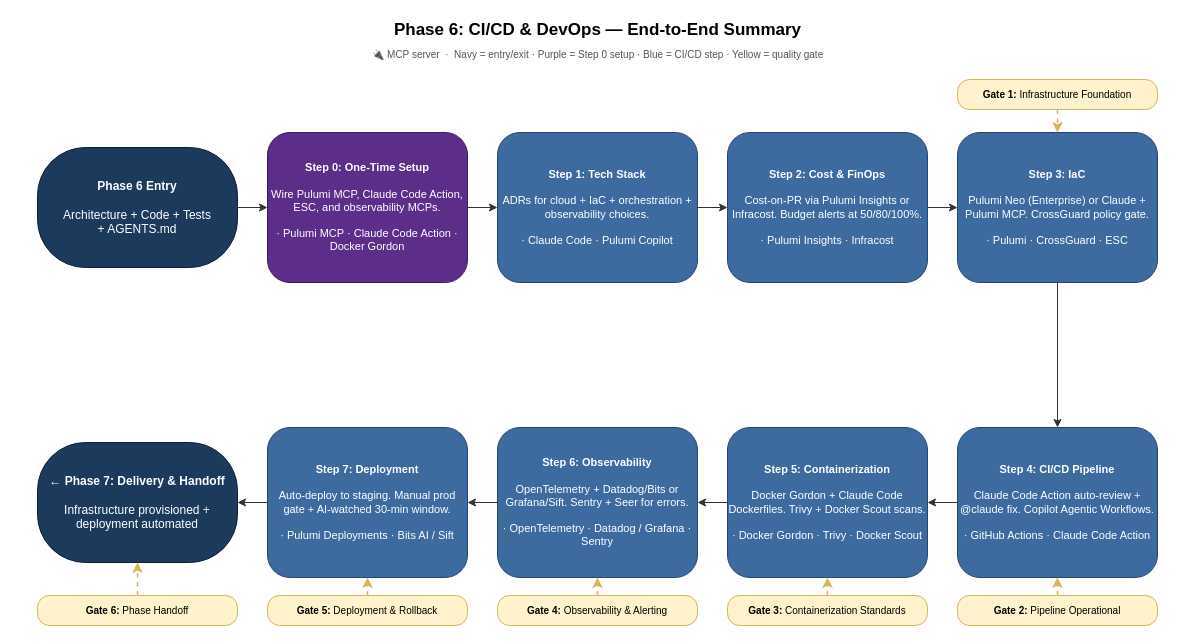
kalpat-allion/ai-dlc keeps this draw.io diagram as aidlc-phases/06-cicd-devops/FLOWCHART-SUMMARY-horizontal.drawio. Above is the earlier version. Source tidied: cells renumbered, new cells numbered last; positions are measured from the earlier drawing's top-left corner, leaving out a move shared by most shapes. Both pictures are drawn from the tidied source at 100%, with x=0, y=0 at pixel (17, 17).
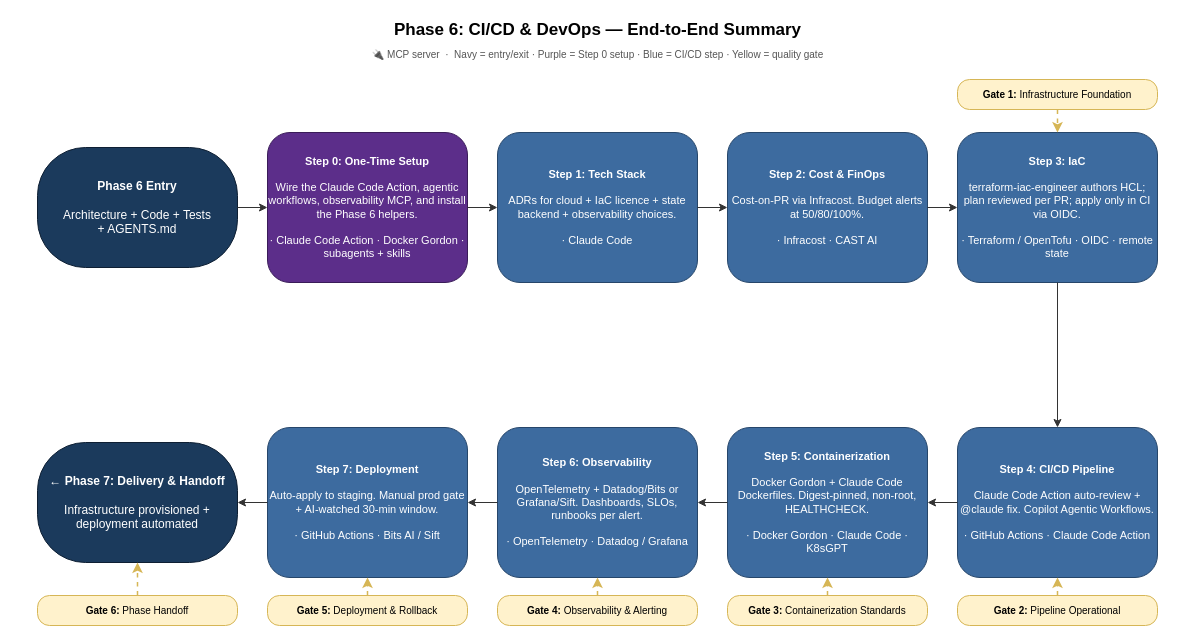
The same page after the edit.

Change to the diagram source:
```diff
@@
-    <mxCell id="6" value="&lt;b&gt;Step 0: One-Time Setup&lt;/b&gt;&lt;br&gt;&lt;br&gt;Wire Pulumi MCP, Claude Code Action, ESC, and observability MCPs.&lt;br&gt;&lt;br&gt;· Pulumi MCP · Claude Code Action · Docker Gordon" style="rounded=1;whiteSpace=wrap;html=1;fillColor=#5C2E8A;fontColor=#FFFFFF;strokeColor=#3A1C58;fontSize=11;" parent="1" vertex="1">
+    <mxCell id="6" value="&lt;b&gt;Step 0: One-Time Setup&lt;/b&gt;&lt;br&gt;&lt;br&gt;Wire the Claude Code Action, agentic workflows, observability MCP, and install the Phase 6 helpers.&lt;br&gt;&lt;br&gt;· Claude Code Action · Docker Gordon · subagents + skills" style="rounded=1;whiteSpace=wrap;html=1;fillColor=#5C2E8A;fontColor=#FFFFFF;strokeColor=#3A1C58;fontSize=11;" parent="1" vertex="1">
       <mxGeometry x="250" y="115" width="200" height="150" as="geometry" />
     </mxCell>
-    <mxCell id="7" value="&lt;b&gt;Step 1: Tech Stack&lt;/b&gt;&lt;br&gt;&lt;br&gt;ADRs for cloud + IaC + orchestration + observability choices.&lt;br&gt;&lt;br&gt;· Claude Code · Pulumi Copilot" style="rounded=1;whiteSpace=wrap;html=1;fillColor=#3D6B9F;fontColor=#FFFFFF;strokeColor=#26466A;fontSize=11;" parent="1" vertex="1">
+    <mxCell id="7" value="&lt;b&gt;Step 1: Tech Stack&lt;/b&gt;&lt;br&gt;&lt;br&gt;ADRs for cloud + IaC licence + state backend + observability choices.&lt;br&gt;&lt;br&gt;· Claude Code" style="rounded=1;whiteSpace=wrap;html=1;fillColor=#3D6B9F;fontColor=#FFFFFF;strokeColor=#26466A;fontSize=11;" parent="1" vertex="1">
       <mxGeometry x="480" y="115" width="200" height="150" as="geometry" />
     </mxCell>
-    <mxCell id="8" value="&lt;b&gt;Step 2: Cost &amp;amp; FinOps&lt;/b&gt;&lt;br&gt;&lt;br&gt;Cost-on-PR via Pulumi Insights or Infracost. Budget alerts at 50/80/100%.&lt;br&gt;&lt;br&gt;· Pulumi Insights · Infracost" style="rounded=1;whiteSpace=wrap;html=1;fillColor=#3D6B9F;fontColor=#FFFFFF;strokeColor=#26466A;fontSize=11;" parent="1" vertex="1">
+    <mxCell id="8" value="&lt;b&gt;Step 2: Cost &amp;amp; FinOps&lt;/b&gt;&lt;br&gt;&lt;br&gt;Cost-on-PR via Infracost. Budget alerts at 50/80/100%.&lt;br&gt;&lt;br&gt;· Infracost · CAST AI" style="rounded=1;whiteSpace=wrap;html=1;fillColor=#3D6B9F;fontColor=#FFFFFF;strokeColor=#26466A;fontSize=11;" parent="1" vertex="1">
       <mxGeometry x="710" y="115" width="200" height="150" as="geometry" />
     </mxCell>
-    <mxCell id="9" value="&lt;b&gt;Step 3: IaC&lt;/b&gt;&lt;br&gt;&lt;br&gt;Pulumi Neo (Enterprise) or Claude + Pulumi MCP. CrossGuard policy gate.&lt;br&gt;&lt;br&gt;· Pulumi · CrossGuard · ESC" style="rounded=1;whiteSpace=wrap;html=1;fillColor=#3D6B9F;fontColor=#FFFFFF;strokeColor=#26466A;fontSize=11;" parent="1" vertex="1">
+    <mxCell id="9" value="&lt;b&gt;Step 3: IaC&lt;/b&gt;&lt;br&gt;&lt;br&gt;terraform-iac-engineer authors HCL; plan reviewed per PR; apply only in CI via OIDC.&lt;br&gt;&lt;br&gt;· Terraform / OpenTofu · OIDC · remote state" style="rounded=1;whiteSpace=wrap;html=1;fillColor=#3D6B9F;fontColor=#FFFFFF;strokeColor=#26466A;fontSize=11;" parent="1" vertex="1">
       <mxGeometry x="940" y="115" width="200" height="150" as="geometry" />
     </mxCell>
@@
-    <mxCell id="11" value="&lt;b&gt;Step 5: Containerization&lt;/b&gt;&lt;br&gt;&lt;br&gt;Docker Gordon + Claude Code Dockerfiles. Trivy + Docker Scout scans.&lt;br&gt;&lt;br&gt;· Docker Gordon · Trivy · Docker Scout" style="rounded=1;whiteSpace=wrap;html=1;fillColor=#3D6B9F;fontColor=#FFFFFF;strokeColor=#26466A;fontSize=11;" parent="1" vertex="1">
+    <mxCell id="11" value="&lt;b&gt;Step 5: Containerization&lt;/b&gt;&lt;br&gt;&lt;br&gt;Docker Gordon + Claude Code Dockerfiles. Digest-pinned, non-root, HEALTHCHECK.&lt;br&gt;&lt;br&gt;· Docker Gordon · Claude Code · K8sGPT" style="rounded=1;whiteSpace=wrap;html=1;fillColor=#3D6B9F;fontColor=#FFFFFF;strokeColor=#26466A;fontSize=11;" parent="1" vertex="1">
       <mxGeometry x="710" y="410" width="200" height="150" as="geometry" />
     </mxCell>
-    <mxCell id="12" value="&lt;b&gt;Step 6: Observability&lt;/b&gt;&lt;br&gt;&lt;br&gt;OpenTelemetry + Datadog/Bits or Grafana/Sift. Sentry + Seer for errors.&lt;br&gt;&lt;br&gt;· OpenTelemetry · Datadog / Grafana · Sentry" style="rounded=1;whiteSpace=wrap;html=1;fillColor=#3D6B9F;fontColor=#FFFFFF;strokeColor=#26466A;fontSize=11;" parent="1" vertex="1">
+    <mxCell id="12" value="&lt;b&gt;Step 6: Observability&lt;/b&gt;&lt;br&gt;&lt;br&gt;OpenTelemetry + Datadog/Bits or Grafana/Sift. Dashboards, SLOs, runbooks per alert.&lt;br&gt;&lt;br&gt;· OpenTelemetry · Datadog / Grafana" style="rounded=1;whiteSpace=wrap;html=1;fillColor=#3D6B9F;fontColor=#FFFFFF;strokeColor=#26466A;fontSize=11;" parent="1" vertex="1">
       <mxGeometry x="480" y="410" width="200" height="150" as="geometry" />
     </mxCell>
-    <mxCell id="13" value="&lt;b&gt;Step 7: Deployment&lt;/b&gt;&lt;br&gt;&lt;br&gt;Auto-deploy to staging. Manual prod gate + AI-watched 30-min window.&lt;br&gt;&lt;br&gt;· Pulumi Deployments · Bits AI / Sift" style="rounded=1;whiteSpace=wrap;html=1;fillColor=#3D6B9F;fontColor=#FFFFFF;strokeColor=#26466A;fontSize=11;" parent="1" vertex="1">
+    <mxCell id="13" value="&lt;b&gt;Step 7: Deployment&lt;/b&gt;&lt;br&gt;&lt;br&gt;Auto-apply to staging. Manual prod gate + AI-watched 30-min window.&lt;br&gt;&lt;br&gt;· GitHub Actions · Bits AI / Sift" style="rounded=1;whiteSpace=wrap;html=1;fillColor=#3D6B9F;fontColor=#FFFFFF;strokeColor=#26466A;fontSize=11;" parent="1" vertex="1">
       <mxGeometry x="250" y="410" width="200" height="150" as="geometry" />
     </mxCell>
```
